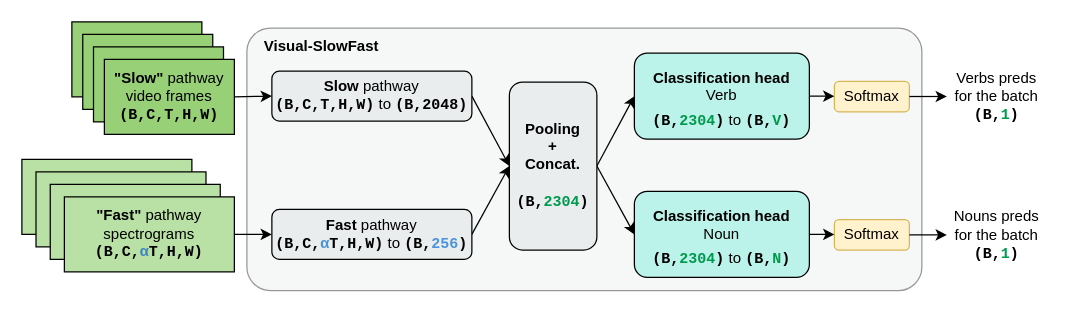
Above: page "sf" (3 of 9) of res/asf-gru.drawio in ClementSicard/auditory-slow-fast (draw.io), before the change. Source tidied: cells renumbered, new cells numbered last; positions are measured from the earlier drawing's top-left corner, leaving out a move shared by most shapes. Both pictures are drawn from the tidied source at 125%, with x=0, y=0 at pixel (21, 21).
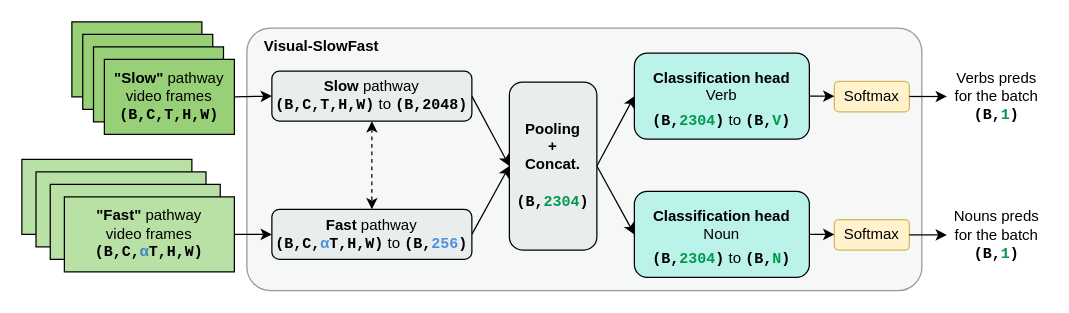
The same diagram, later.

Unchanged cells that the change refers to:
```xml
<mxCell id="8" style="group;" parent="1" vertex="1">
  <mxGeometry y="110" width="170" height="90" as="geometry" />
</mxCell>
<mxCell id="20" value="&lt;b&gt;Slow&lt;/b&gt; pathway&lt;br&gt;&lt;font style=&quot;font-weight: bold;&quot; face=&quot;Courier New&quot;&gt;(B,C,T,H,W&lt;/font&gt;&lt;span style=&quot;border-color: var(--border-color); font-size: 9pt; font-variant-numeric: normal; font-variant-east-asian: normal; background-color: transparent; vertical-align: baseline;&quot;&gt;&lt;font style=&quot;font-weight: bold;&quot; face=&quot;Courier New&quot;&gt;)&lt;/font&gt;&amp;nbsp;to&amp;nbsp;&lt;/span&gt;&lt;b style=&quot;border-color: var(--border-color); font-family: &amp;quot;Courier New&amp;quot;;&quot;&gt;(B,2048&lt;span style=&quot;border-color: var(--border-color); font-size: 9pt; font-variant-numeric: normal; font-variant-east-asian: normal; background-color: transparent; vertical-align: baseline;&quot;&gt;)&lt;/span&gt;&lt;/b&gt;" style="rounded=1;whiteSpace=wrap;html=1;strokeColor=#000000;fontFamily=CMU Serif;fontSize=12;fontColor=#000000;fillColor=#E9EDEE;" parent="1" vertex="1">
  <mxGeometry x="200" y="39.4" width="160" height="40" as="geometry" />
</mxCell>
<mxCell id="22" value="&lt;b&gt;Fast&lt;/b&gt; pathway&lt;br&gt;&lt;font style=&quot;font-weight: bold;&quot; face=&quot;Courier New&quot;&gt;(B,C,&lt;/font&gt;&lt;b style=&quot;border-color: var(--border-color); font-family: Helvetica;&quot;&gt;&lt;font style=&quot;border-color: var(--border-color);&quot; face=&quot;Courier New&quot;&gt;&lt;font color=&quot;#4b92db&quot;&gt;α&lt;/font&gt;&lt;span style=&quot;border-color: var(--border-color); font-size: 9pt; background-color: transparent; font-variant-numeric: normal; font-variant-east-asian: normal; vertical-align: baseline;&quot;&gt;T&lt;/span&gt;&lt;/font&gt;&lt;/b&gt;&lt;span style=&quot;border-color: var(--border-color); font-size: 9pt; font-variant-numeric: normal; font-variant-east-asian: normal; background-color: transparent; vertical-align: baseline;&quot;&gt;&lt;font style=&quot;font-weight: bold;&quot; face=&quot;Courier New&quot;&gt;,H,W)&lt;/font&gt;&amp;nbsp;to&amp;nbsp;&lt;/span&gt;&lt;b style=&quot;border-color: var(--border-color); font-family: &amp;quot;Courier New&amp;quot;;&quot;&gt;(B,&lt;font color=&quot;#4b92db&quot;&gt;256&lt;/font&gt;&lt;span style=&quot;border-color: var(--border-color); font-size: 9pt; font-variant-numeric: normal; font-variant-east-asian: normal; background-color: transparent; vertical-align: baseline;&quot;&gt;)&lt;/span&gt;&lt;/b&gt;" style="rounded=1;whiteSpace=wrap;html=1;strokeColor=#000000;fontFamily=CMU Serif;fontSize=12;fontColor=#000000;fillColor=#E9EDEE;" parent="1" vertex="1">
  <mxGeometry x="200" y="150" width="160" height="40" as="geometry" />
</mxCell>
```

Diff of the diagram source:
```diff
@@
-    <mxCell id="12" value="&lt;p style=&quot;line-height: 1.2; margin-top: 0pt; margin-bottom: 0pt;&quot; dir=&quot;ltr&quot;&gt;&lt;/p&gt;&lt;p style=&quot;line-height: 1.2; margin-top: 0pt; margin-bottom: 0pt;&quot; dir=&quot;ltr&quot;&gt;&lt;span style=&quot;font-size: 9pt; background-color: transparent; font-variant-numeric: normal; font-variant-east-asian: normal; vertical-align: baseline;&quot;&gt;&lt;font face=&quot;CMU Serif&quot;&gt;&lt;span style=&quot;border-color: var(--border-color); font-size: 9pt; font-variant-numeric: normal; font-variant-east-asian: normal; background-color: transparent; vertical-align: baseline;&quot;&gt;&lt;b style=&quot;&quot;&gt;&quot;Fast&quot;&lt;/b&gt;&lt;/span&gt;&lt;span style=&quot;font-weight: 400; border-color: var(--border-color); font-size: 9pt; font-variant-numeric: normal; font-variant-east-asian: normal; background-color: transparent; vertical-align: baseline;&quot;&gt; &lt;/span&gt;&lt;span style=&quot;font-weight: 400; border-color: var(--border-color); font-size: 9pt; font-variant-numeric: normal; font-variant-east-asian: normal; background-color: transparent; vertical-align: baseline;&quot;&gt;pathway spectrograms&lt;/span&gt;&lt;/font&gt;&lt;br&gt;&lt;/span&gt;&lt;/p&gt;&lt;p style=&quot;line-height: 1.2; margin-top: 0pt; margin-bottom: 0pt;&quot; dir=&quot;ltr&quot;&gt;&lt;/p&gt;&lt;div&gt;&lt;/div&gt;&lt;span style=&quot;font-size: 9pt; background-color: transparent; font-weight: 700; font-variant-numeric: normal; font-variant-east-asian: normal; vertical-align: baseline;&quot;&gt;&lt;font face=&quot;Courier New, monospace&quot;&gt;(B,C,&lt;/font&gt;&lt;b style=&quot;border-color: var(--border-color);&quot;&gt;&lt;font face=&quot;Courier New&quot;&gt;&lt;span style=&quot;border-color: var(--border-color); font-size: 9pt; color: rgb(61, 133, 198); background-color: transparent; font-variant-numeric: normal; font-variant-east-asian: normal; vertical-align: baseline;&quot;&gt;α&lt;/span&gt;&lt;span style=&quot;border-color: var(--border-color); font-size: 9pt; background-color: transparent; font-variant-numeric: normal; font-variant-east-asian: normal; vertical-align: baseline;&quot;&gt;T&lt;/span&gt;&lt;/font&gt;&lt;/b&gt;&lt;/span&gt;&lt;span style=&quot;font-size: 9pt; font-family: &amp;quot;Courier New&amp;quot;, monospace; background-color: transparent; font-weight: 700; font-variant-numeric: normal; font-variant-east-asian: normal; vertical-align: baseline;&quot;&gt;,H,W)&lt;/span&gt;&lt;span id=&quot;docs-internal-guid-2b2f71f9-7fff-df35-81ae-ea4819bf869a&quot;&gt;&lt;/span&gt;" style="rounded=0;whiteSpace=wrap;html=1;fillColor=#B9E0A5;strokeColor=#000000;" parent="8" vertex="1">
+    <mxCell id="12" value="&lt;p style=&quot;line-height: 1.2; margin-top: 0pt; margin-bottom: 0pt;&quot; dir=&quot;ltr&quot;&gt;&lt;/p&gt;&lt;p style=&quot;line-height: 1.2; margin-top: 0pt; margin-bottom: 0pt;&quot; dir=&quot;ltr&quot;&gt;&lt;span style=&quot;font-size: 9pt; background-color: transparent; font-variant-numeric: normal; font-variant-east-asian: normal; vertical-align: baseline;&quot;&gt;&lt;font face=&quot;CMU Serif&quot;&gt;&lt;span style=&quot;border-color: var(--border-color); font-size: 9pt; font-variant-numeric: normal; font-variant-east-asian: normal; background-color: transparent; vertical-align: baseline;&quot;&gt;&lt;b style=&quot;&quot;&gt;&quot;Fast&quot;&lt;/b&gt;&lt;/span&gt;&lt;span style=&quot;font-weight: 400; border-color: var(--border-color); font-size: 9pt; font-variant-numeric: normal; font-variant-east-asian: normal; background-color: transparent; vertical-align: baseline;&quot;&gt; &lt;/span&gt;&lt;span style=&quot;font-weight: 400; border-color: var(--border-color); font-size: 9pt; font-variant-numeric: normal; font-variant-east-asian: normal; background-color: transparent; vertical-align: baseline;&quot;&gt;pathway&lt;/span&gt;&lt;/font&gt;&lt;/span&gt;&lt;/p&gt;&lt;p style=&quot;line-height: 1.2; margin-top: 0pt; margin-bottom: 0pt;&quot; dir=&quot;ltr&quot;&gt;&lt;span style=&quot;font-size: 9pt; background-color: transparent; font-variant-numeric: normal; font-variant-east-asian: normal; vertical-align: baseline;&quot;&gt;&lt;font face=&quot;CMU Serif&quot;&gt;&lt;span style=&quot;font-weight: 400; border-color: var(--border-color); font-size: 9pt; font-variant-numeric: normal; font-variant-east-asian: normal; background-color: transparent; vertical-align: baseline;&quot;&gt;video frames&lt;/span&gt;&lt;/font&gt;&lt;br&gt;&lt;/span&gt;&lt;/p&gt;&lt;p style=&quot;line-height: 1.2; margin-top: 0pt; margin-bottom: 0pt;&quot; dir=&quot;ltr&quot;&gt;&lt;/p&gt;&lt;div&gt;&lt;/div&gt;&lt;span style=&quot;font-size: 9pt; background-color: transparent; font-weight: 700; font-variant-numeric: normal; font-variant-east-asian: normal; vertical-align: baseline;&quot;&gt;&lt;font face=&quot;Courier New, monospace&quot;&gt;(B,C,&lt;/font&gt;&lt;b style=&quot;border-color: var(--border-color);&quot;&gt;&lt;font face=&quot;Courier New&quot;&gt;&lt;span style=&quot;border-color: var(--border-color); font-size: 9pt; color: rgb(61, 133, 198); background-color: transparent; font-variant-numeric: normal; font-variant-east-asian: normal; vertical-align: baseline;&quot;&gt;α&lt;/span&gt;&lt;span style=&quot;border-color: var(--border-color); font-size: 9pt; background-color: transparent; font-variant-numeric: normal; font-variant-east-asian: normal; vertical-align: baseline;&quot;&gt;T&lt;/span&gt;&lt;/font&gt;&lt;/b&gt;&lt;/span&gt;&lt;span style=&quot;font-size: 9pt; font-family: &amp;quot;Courier New&amp;quot;, monospace; background-color: transparent; font-weight: 700; font-variant-numeric: normal; font-variant-east-asian: normal; vertical-align: baseline;&quot;&gt;,H,W)&lt;/span&gt;&lt;span id=&quot;docs-internal-guid-2b2f71f9-7fff-df35-81ae-ea4819bf869a&quot;&gt;&lt;/span&gt;" style="rounded=0;whiteSpace=wrap;html=1;fillColor=#B9E0A5;strokeColor=#000000;" parent="8" vertex="1">
       <mxGeometry x="34" y="30" width="136" height="60" as="geometry" />
     </mxCell>
@@
+    <mxCell id="37" style="edgeStyle=orthogonalEdgeStyle;rounded=0;jettySize=auto;html=1;exitX=0.5;exitY=1;exitDx=0;exitDy=0;entryX=0.5;entryY=0;entryDx=0;entryDy=0;dashed=1;startArrow=classic;startFill=1;" parent="1" edge="1" source="20" target="22">
+      <mxGeometry relative="1" as="geometry" />
+    </mxCell>
```
